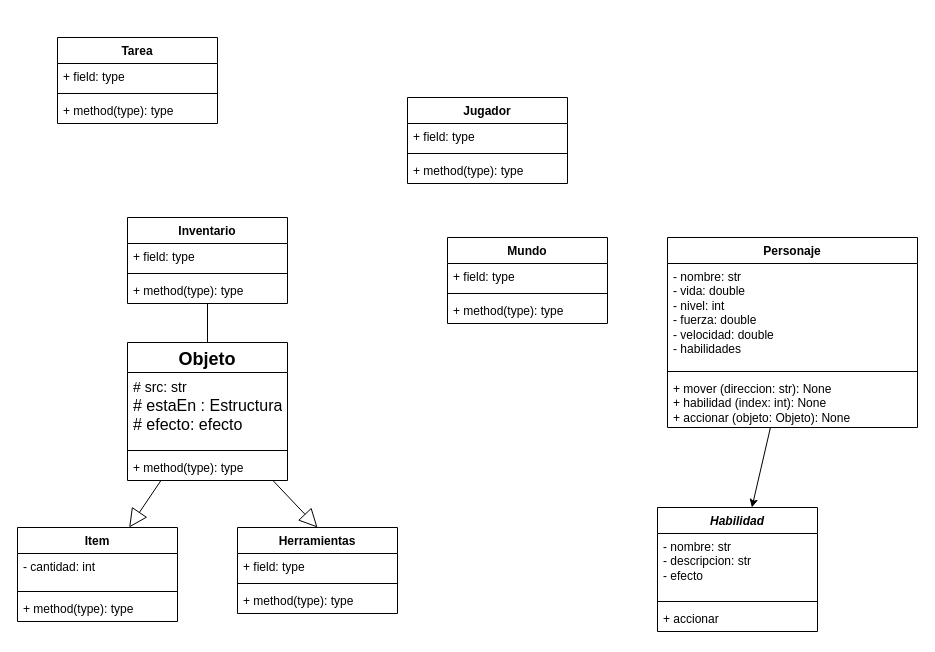
This is page "Generalidades" (1 of 3) of UML/Juego.drawio from LuisCM10/Proyecto-Final, a draw.io file, before an edit. Source tidied: cells renumbered, new cells numbered last; positions are measured from the earlier drawing's top-left corner, leaving out a move shared by most shapes. Both pictures are drawn from the tidied source at 100%, with x=0, y=0 at pixel (17, 37).
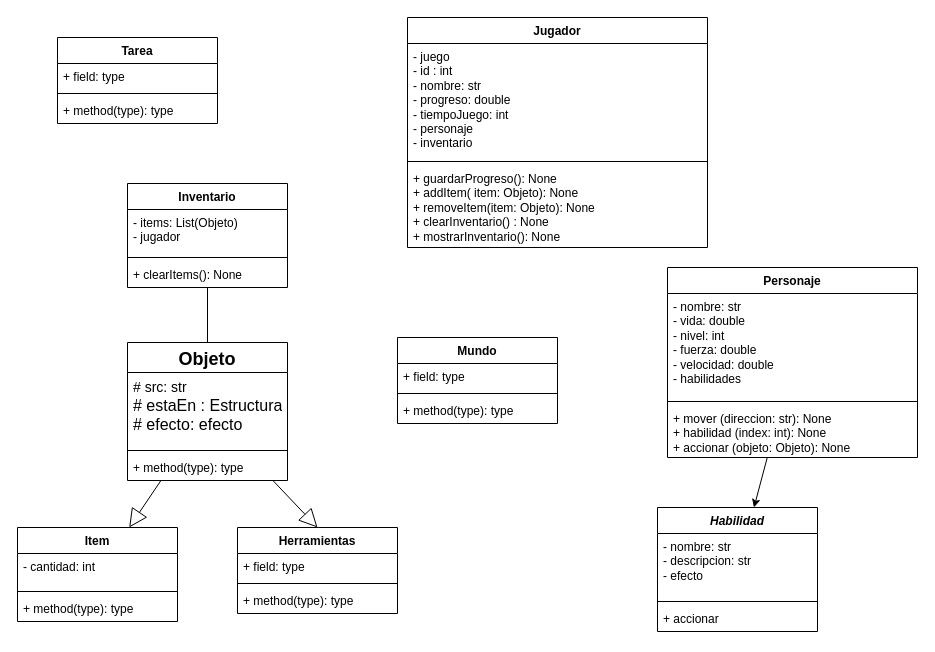
The same diagram, later.

Commit message (it also covers changes not shown here):
Modificacion UML y creacion de Clases Estructura y Objeto

What changed in the source:
```diff
@@
     <mxCell id="2" value="Jugador&lt;div&gt;&lt;br&gt;&lt;/div&gt;" style="swimlane;fontStyle=1;align=center;verticalAlign=top;horizontal=1;startSize=26;whiteSpace=wrap;html=1;" parent="1" vertex="1">
-      <mxGeometry x="390" y="60" width="160" height="86" as="geometry" />
+      <mxGeometry x="390" y="-20" width="300" height="230" as="geometry" />
     </mxCell>
-    <mxCell id="3" value="+ field: type" style="text;strokeColor=none;fillColor=none;align=left;verticalAlign=top;spacingLeft=4;spacingRight=4;overflow=hidden;whiteSpace=wrap;html=1;" parent="2" vertex="1">
-      <mxGeometry y="26" width="160" height="26" as="geometry" />
+    <mxCell id="3" value="- juego&lt;div&gt;- id : int&lt;/div&gt;&lt;div&gt;- nombre: str&lt;/div&gt;&lt;div&gt;- progreso: double&lt;/div&gt;&lt;div&gt;- tiempoJuego: int&lt;/div&gt;&lt;div&gt;- personaje&lt;/div&gt;&lt;div&gt;- inventario&lt;/div&gt;" style="text;strokeColor=none;fillColor=none;align=left;verticalAlign=top;spacingLeft=4;spacingRight=4;overflow=hidden;whiteSpace=wrap;html=1;" parent="2" vertex="1">
+      <mxGeometry y="26" width="300" height="114" as="geometry" />
     </mxCell>
     <mxCell id="4" style="line;strokeWidth=1;fillColor=none;align=left;verticalAlign=middle;spacingTop=-1;spacingLeft=3;spacingRight=3;labelPosition=right;strokeColor=inherit;" parent="2" vertex="1">
-      <mxGeometry y="52" width="160" height="8" as="geometry" />
+      <mxGeometry y="140" width="300" height="8" as="geometry" />
     </mxCell>
-    <mxCell id="5" value="+ method(type): type" style="text;strokeColor=none;fillColor=none;align=left;verticalAlign=top;spacingLeft=4;spacingRight=4;overflow=hidden;whiteSpace=wrap;html=1;" parent="2" vertex="1">
-      <mxGeometry y="60" width="160" height="26" as="geometry" />
+    <mxCell id="5" value="+ guardarProgreso(): None&lt;div&gt;+ addItem( item: Objeto): None&lt;/div&gt;&lt;div&gt;+ removeItem(item: Objeto): None&lt;/div&gt;&lt;div&gt;+ clearInventario() : None&lt;/div&gt;&lt;div&gt;+ mostrarInventario(): None&lt;/div&gt;" style="text;strokeColor=none;fillColor=none;align=left;verticalAlign=top;spacingLeft=4;spacingRight=4;overflow=hidden;whiteSpace=wrap;html=1;" parent="2" vertex="1">
+      <mxGeometry y="148" width="300" height="82" as="geometry" />
     </mxCell>
@@
     <mxCell id="10" value="Mundo" style="swimlane;fontStyle=1;align=center;verticalAlign=top;horizontal=1;startSize=26;whiteSpace=wrap;html=1;" parent="1" vertex="1">
-      <mxGeometry x="430" y="200" width="160" height="86" as="geometry" />
+      <mxGeometry x="380" y="300" width="160" height="86" as="geometry" />
     </mxCell>
@@
     <mxCell id="18" value="Inventario" style="swimlane;fontStyle=1;align=center;verticalAlign=top;horizontal=1;startSize=26;whiteSpace=wrap;html=1;" parent="1" vertex="1">
-      <mxGeometry x="110" y="180" width="160" height="86" as="geometry" />
+      <mxGeometry x="110" y="146" width="160" height="104" as="geometry" />
     </mxCell>
-    <mxCell id="19" value="+ field: type" style="text;strokeColor=none;fillColor=none;align=left;verticalAlign=top;spacingLeft=4;spacingRight=4;overflow=hidden;whiteSpace=wrap;html=1;" parent="18" vertex="1">
-      <mxGeometry y="26" width="160" height="26" as="geometry" />
+    <mxCell id="19" value="- items: List(Objeto)&lt;div&gt;- jugador&lt;/div&gt;" style="text;strokeColor=none;fillColor=none;align=left;verticalAlign=top;spacingLeft=4;spacingRight=4;overflow=hidden;whiteSpace=wrap;html=1;" parent="18" vertex="1">
+      <mxGeometry y="26" width="160" height="44" as="geometry" />
     </mxCell>
     <mxCell id="20" style="line;strokeWidth=1;fillColor=none;align=left;verticalAlign=middle;spacingTop=-1;spacingLeft=3;spacingRight=3;labelPosition=right;strokeColor=inherit;" parent="18" vertex="1">
-      <mxGeometry y="52" width="160" height="8" as="geometry" />
+      <mxGeometry y="70" width="160" height="8" as="geometry" />
     </mxCell>
-    <mxCell id="21" value="+ method(type): type" style="text;strokeColor=none;fillColor=none;align=left;verticalAlign=top;spacingLeft=4;spacingRight=4;overflow=hidden;whiteSpace=wrap;html=1;" parent="18" vertex="1">
-      <mxGeometry y="60" width="160" height="26" as="geometry" />
+    <mxCell id="21" value="+ clearItems(): None" style="text;strokeColor=none;fillColor=none;align=left;verticalAlign=top;spacingLeft=4;spacingRight=4;overflow=hidden;whiteSpace=wrap;html=1;" parent="18" vertex="1">
+      <mxGeometry y="78" width="160" height="26" as="geometry" />
     </mxCell>
@@
     <mxCell id="23" value="Personaje" style="swimlane;fontStyle=1;align=center;verticalAlign=top;horizontal=1;startSize=26;whiteSpace=wrap;html=1;" parent="1" vertex="1">
-      <mxGeometry x="650" y="200" width="250" height="190" as="geometry" />
+      <mxGeometry x="650" y="230" width="250" height="190" as="geometry" />
     </mxCell>
```
